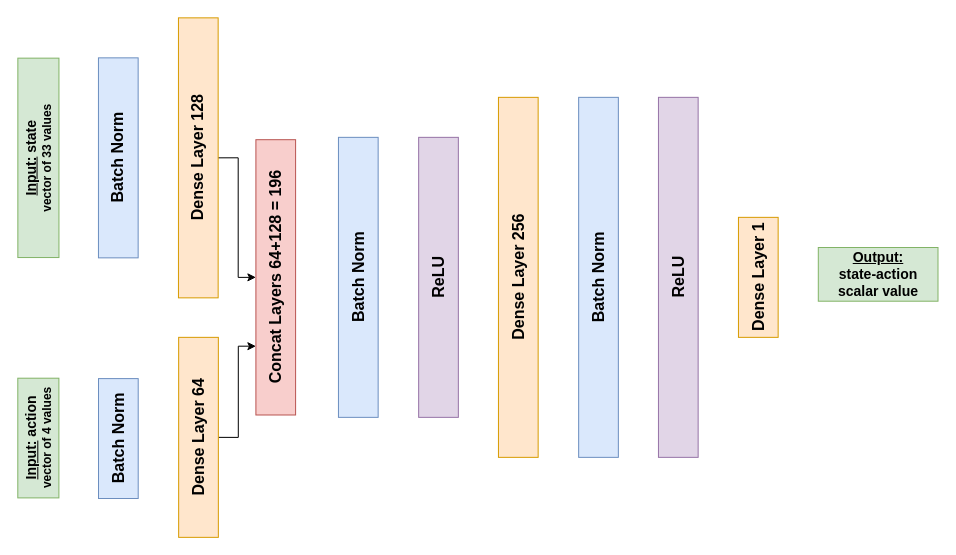
Before: Critic.drawio in drormeir/ReacherRL, a draw.io diagram. Source tidied: cells renumbered, new cells numbered last; positions are measured from the earlier drawing's top-left corner, leaving out a move shared by most shapes. Both pictures are drawn from the tidied source at 100%, with x=0, y=0 at pixel (-62, 137).
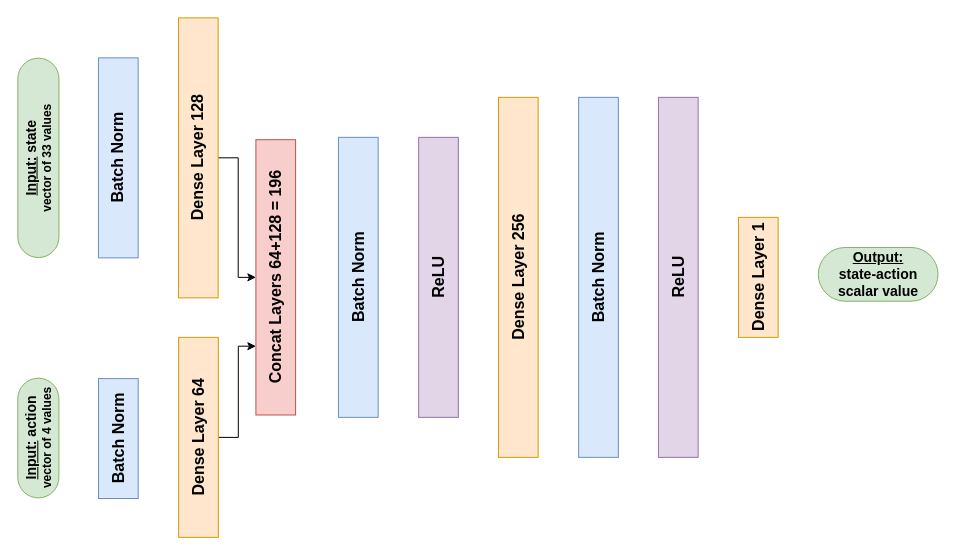
After the change.

What changed in the source:
```diff
@@
 <mxGraphModel>
   <root>
     <mxCell id="0" />
     <mxCell id="1" parent="0" />
-    <mxCell id="2" value="&lt;b&gt;&lt;u style=&quot;font-size: 14px&quot;&gt;Input:&lt;/u&gt;&lt;span style=&quot;font-size: 14px&quot;&gt;&amp;nbsp;state&lt;/span&gt;&lt;br&gt;&lt;font style=&quot;font-size: 12px&quot;&gt;vector of 33 values&lt;/font&gt;&lt;/b&gt;" style="rounded=0;whiteSpace=wrap;html=1;rotation=-90;fillColor=#d5e8d4;strokeColor=#82b366;" parent="1" vertex="1">
+    <mxCell id="2" value="&lt;b&gt;&lt;u style=&quot;font-size: 14px&quot;&gt;Input:&lt;/u&gt;&lt;span style=&quot;font-size: 14px&quot;&gt;&amp;nbsp;state&lt;/span&gt;&lt;br&gt;&lt;font style=&quot;font-size: 12px&quot;&gt;vector of 33 values&lt;/font&gt;&lt;/b&gt;" style="rounded=1;whiteSpace=wrap;html=1;rotation=-90;fillColor=#d5e8d4;strokeColor=#82b366;arcSize=50;" parent="1" vertex="1">
       <mxGeometry x="0.2" y="-0.2" width="199.4" height="41.1" as="geometry" />
     </mxCell>
     <mxCell id="3" value="&lt;b&gt;&lt;font style=&quot;font-size: 16px&quot;&gt;Batch Norm&lt;/font&gt;&lt;/b&gt;" style="rounded=0;whiteSpace=wrap;html=1;fillColor=#dae8fc;strokeColor=#6c8ebf;rotation=-90;" parent="1" vertex="1">
       <mxGeometry x="79.8" y="0.5" width="200" height="39.7" as="geometry" />
     </mxCell>
     <mxCell id="4" style="edgeStyle=orthogonalEdgeStyle;rounded=0;jettySize=auto;html=1;entryX=0.5;entryY=0;entryDx=0;entryDy=0;" parent="1" edge="1" source="5" target="17">
       <mxGeometry relative="1" as="geometry" />
     </mxCell>
     <mxCell id="5" value="&lt;b&gt;&lt;font style=&quot;font-size: 16px&quot;&gt;Dense Layer 128&lt;/font&gt;&lt;/b&gt;" style="rounded=0;whiteSpace=wrap;html=1;fillColor=#ffe6cc;strokeColor=#d79b00;rotation=-90;" parent="1" vertex="1">
       <mxGeometry x="119.8" y="0.5" width="280" height="39.7" as="geometry" />
     </mxCell>
     <mxCell id="6" value="&lt;b&gt;&lt;font style=&quot;font-size: 16px&quot;&gt;Batch Norm&lt;/font&gt;&lt;/b&gt;" style="rounded=0;whiteSpace=wrap;html=1;fillColor=#dae8fc;strokeColor=#6c8ebf;rotation=-90;" parent="1" vertex="1">
       <mxGeometry x="279.8" y="120" width="280" height="39.7" as="geometry" />
     </mxCell>
     <mxCell id="7" value="&lt;b&gt;&lt;font style=&quot;font-size: 16px&quot;&gt;ReLU&lt;br&gt;&lt;/font&gt;&lt;/b&gt;" style="rounded=0;whiteSpace=wrap;html=1;fillColor=#e1d5e7;strokeColor=#9673a6;rotation=-90;" parent="1" vertex="1">
       <mxGeometry x="360" y="120" width="280" height="39.7" as="geometry" />
     </mxCell>
     <mxCell id="8" value="&lt;b&gt;&lt;font style=&quot;font-size: 16px&quot;&gt;Dense Layer 256&lt;/font&gt;&lt;/b&gt;" style="rounded=0;whiteSpace=wrap;html=1;fillColor=#ffe6cc;strokeColor=#d79b00;rotation=-90;" parent="1" vertex="1">
       <mxGeometry x="399.8" y="120" width="360" height="39.7" as="geometry" />
     </mxCell>
     <mxCell id="9" value="&lt;b&gt;&lt;font style=&quot;font-size: 16px&quot;&gt;Batch Norm&lt;/font&gt;&lt;/b&gt;" style="rounded=0;whiteSpace=wrap;html=1;fillColor=#dae8fc;strokeColor=#6c8ebf;rotation=-90;" parent="1" vertex="1">
       <mxGeometry x="480" y="120" width="360" height="39.7" as="geometry" />
     </mxCell>
     <mxCell id="10" value="&lt;b&gt;&lt;font style=&quot;font-size: 16px&quot;&gt;ReLU&lt;br&gt;&lt;/font&gt;&lt;/b&gt;" style="rounded=0;whiteSpace=wrap;html=1;fillColor=#e1d5e7;strokeColor=#9673a6;rotation=-90;" parent="1" vertex="1">
       <mxGeometry x="559.8" y="120" width="360" height="39.7" as="geometry" />
     </mxCell>
-    <mxCell id="11" value="&lt;b&gt;&lt;u style=&quot;font-size: 14px&quot;&gt;Output:&lt;br&gt;&lt;/u&gt;&lt;span style=&quot;font-size: 14px&quot;&gt;state-action scalar value&lt;/span&gt;&lt;/b&gt;" style="rounded=0;whiteSpace=wrap;html=1;rotation=0;fillColor=#d5e8d4;strokeColor=#82b366;" parent="1" vertex="1">
+    <mxCell id="11" value="&lt;b&gt;&lt;u style=&quot;font-size: 14px&quot;&gt;Output:&lt;br&gt;&lt;/u&gt;&lt;span style=&quot;font-size: 14px&quot;&gt;state-action scalar value&lt;/span&gt;&lt;/b&gt;" style="rounded=1;whiteSpace=wrap;html=1;rotation=0;fillColor=#d5e8d4;strokeColor=#82b366;arcSize=50;" parent="1" vertex="1">
       <mxGeometry x="879.8" y="110" width="119.7" height="53.7" as="geometry" />
     </mxCell>
     <mxCell id="12" value="&lt;b&gt;&lt;font style=&quot;font-size: 16px&quot;&gt;Dense Layer 1&lt;/font&gt;&lt;/b&gt;" style="rounded=0;whiteSpace=wrap;html=1;fillColor=#ffe6cc;strokeColor=#d79b00;rotation=-90;" parent="1" vertex="1">
       <mxGeometry x="759.8" y="120" width="120" height="39.7" as="geometry" />
     </mxCell>
-    <mxCell id="13" value="&lt;b&gt;&lt;u style=&quot;font-size: 14px&quot;&gt;Input:&lt;/u&gt;&lt;span style=&quot;font-size: 14px&quot;&gt;&amp;nbsp;action&lt;/span&gt;&lt;br&gt;&lt;font style=&quot;font-size: 12px&quot;&gt;vector of 4 values&lt;/font&gt;&lt;/b&gt;" style="rounded=0;whiteSpace=wrap;html=1;rotation=-90;fillColor=#d5e8d4;strokeColor=#82b366;" parent="1" vertex="1">
+    <mxCell id="13" value="&lt;b&gt;&lt;u style=&quot;font-size: 14px&quot;&gt;Input:&lt;/u&gt;&lt;span style=&quot;font-size: 14px&quot;&gt;&amp;nbsp;action&lt;/span&gt;&lt;br&gt;&lt;font style=&quot;font-size: 12px&quot;&gt;vector of 4 values&lt;/font&gt;&lt;/b&gt;" style="rounded=1;whiteSpace=wrap;html=1;rotation=-90;fillColor=#d5e8d4;strokeColor=#82b366;arcSize=50;" parent="1" vertex="1">
       <mxGeometry x="40" y="280" width="119.7" height="41.1" as="geometry" />
     </mxCell>
     <mxCell id="14" value="&lt;b&gt;&lt;font style=&quot;font-size: 16px&quot;&gt;Batch Norm&lt;/font&gt;&lt;/b&gt;" style="rounded=0;whiteSpace=wrap;html=1;fillColor=#dae8fc;strokeColor=#6c8ebf;rotation=-90;" parent="1" vertex="1">
       <mxGeometry x="119.9" y="281.2" width="119.9" height="39.7" as="geometry" />
     </mxCell>
     <mxCell id="15" style="edgeStyle=orthogonalEdgeStyle;rounded=0;jettySize=auto;html=1;entryX=0.25;entryY=0;entryDx=0;entryDy=0;" parent="1" edge="1" source="16" target="17">
       <mxGeometry relative="1" as="geometry" />
     </mxCell>
     <mxCell id="16" value="&lt;b&gt;&lt;font style=&quot;font-size: 16px&quot;&gt;Dense Layer 64&lt;/font&gt;&lt;/b&gt;" style="rounded=0;whiteSpace=wrap;html=1;fillColor=#ffe6cc;strokeColor=#d79b00;rotation=-90;" parent="1" vertex="1">
       <mxGeometry x="160" y="280" width="200" height="39.7" as="geometry" />
     </mxCell>
     <mxCell id="17" value="&lt;b&gt;&lt;font style=&quot;font-size: 16px&quot;&gt;Concat Layers 64+128 = 196&lt;/font&gt;&lt;/b&gt;" style="rounded=0;whiteSpace=wrap;html=1;fillColor=#f8cecc;strokeColor=#b85450;rotation=-90;" parent="1" vertex="1">
       <mxGeometry x="199.6" y="120" width="275.3" height="39.7" as="geometry" />
     </mxCell>
   </root>
 </mxGraphModel>
```
